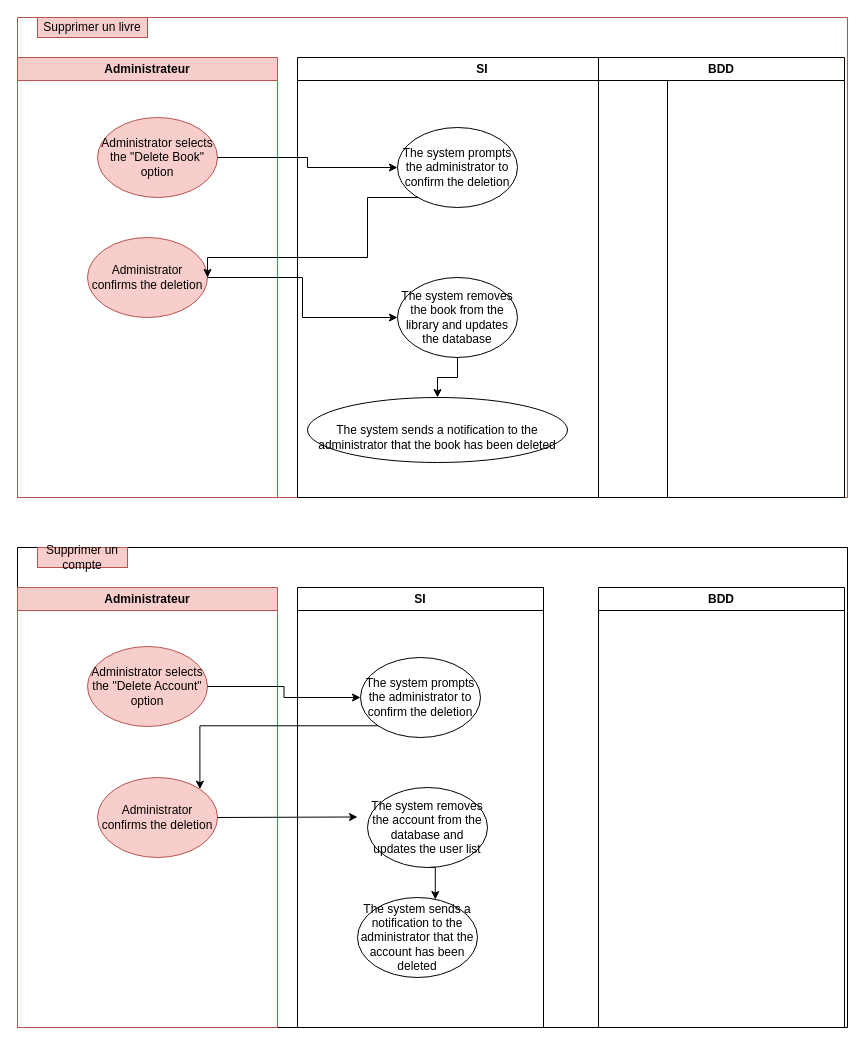
The draw.io diagram page "Diagramme_sequenceAdmin" (3 of 6) of DrawWeBook.drawio in caminomenorca/Projet-bibliotheque-poec, before the edit. Source tidied: cells renumbered, new cells numbered last; positions are measured from the earlier drawing's top-left corner, leaving out a move shared by most shapes. Both pictures are drawn from the tidied source at 100%, with x=0, y=0 at pixel (17, 17).
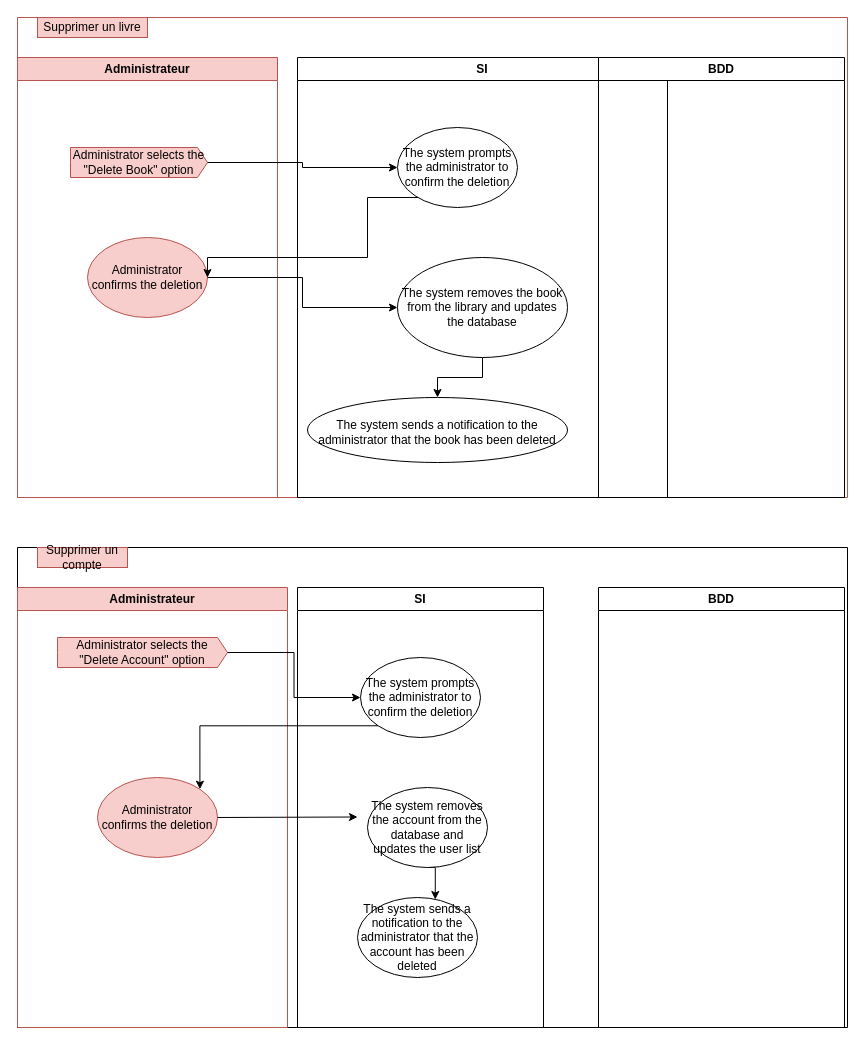
The same diagram, later.

The change refers to these unchanged cells:
```xml
<mxCell id="4" value="Administrateur" style="swimlane;whiteSpace=wrap;html=1;fillColor=#f8cecc;strokeColor=#b85450;" parent="2" vertex="1">
  <mxGeometry y="40" width="260" height="440" as="geometry" />
</mxCell>
<mxCell id="7" value="SI" style="swimlane;whiteSpace=wrap;html=1;" parent="2" vertex="1">
  <mxGeometry x="280" y="40" width="370" height="440" as="geometry" />
</mxCell>
<mxCell id="11" value="The system prompts the administrator to confirm the deletion" style="ellipse;whiteSpace=wrap;html=1;" parent="7" vertex="1">
  <mxGeometry x="100" y="70" width="120" height="80" as="geometry" />
</mxCell>
<mxCell id="22" value="The system prompts the administrator to confirm the deletion" style="ellipse;whiteSpace=wrap;html=1;" parent="21" vertex="1">
  <mxGeometry x="63" y="70" width="120" height="80" as="geometry" />
</mxCell>
```

The edit, as a diff of the source:
```diff
@@
-    <mxCell id="2" style="swimlane;startSize=0;fillColor=#f8cecc;strokeColor=#b85450;" parent="1" vertex="1">
+    <mxCell id="2" style="swimlane;startSize=0;fillColor=#f8cecc;strokeColor=#b85450;whiteSpace=wrap;html=1;" parent="1" vertex="1">
       <mxGeometry width="830" height="480" as="geometry" />
     </mxCell>
@@
+    <mxCell id="6" value="Administrator confirms the deletion" style="ellipse;whiteSpace=wrap;html=1;fillColor=#f8cecc;strokeColor=#b85450;" parent="4" vertex="1">
+      <mxGeometry x="70" y="180" width="120" height="80" as="geometry" />
+    </mxCell>
-    <mxCell id="5" value="Administrator selects the &quot;Delete Book&quot; option" style="ellipse;whiteSpace=wrap;html=1;fillColor=#f8cecc;strokeColor=#b85450;" parent="4" vertex="1">
-      <mxGeometry x="80" y="60" width="120" height="80" as="geometry" />
+    <mxCell id="5" value="Administrator selects the &quot;Delete Book&quot; option" style="html=1;shadow=0;dashed=0;align=center;verticalAlign=middle;shape=mxgraph.arrows2.arrow;dy=0;dx=10;notch=0;labelBackgroundColor=none;fontSize=12;whiteSpace=wrap;fillColor=#f8cecc;strokeColor=#b85450;" parent="4" vertex="1">
+      <mxGeometry x="53" y="90" width="137" height="30" as="geometry" />
     </mxCell>
-    <mxCell id="6" value="Administrator confirms the deletion" style="ellipse;whiteSpace=wrap;html=1;fillColor=#f8cecc;strokeColor=#b85450;" parent="4" vertex="1">
-      <mxGeometry x="70" y="180" width="120" height="80" as="geometry" />
-    </mxCell>
@@
-    <mxCell id="9" value="The system removes the book from the library and updates the database" style="ellipse;whiteSpace=wrap;html=1;" parent="7" vertex="1">
-      <mxGeometry x="100" y="220" width="120" height="80" as="geometry" />
+    <mxCell id="9" value="The system removes the book from the library and updates the database" style="ellipse;whiteSpace=wrap;html=1;align=center;verticalAlign=middle;" parent="7" vertex="1">
+      <mxGeometry x="100" y="200" width="170" height="100" as="geometry" />
     </mxCell>
-    <mxCell id="10" value="&lt;br style=&quot;border-color: var(--border-color); text-align: left;&quot;&gt;The system sends a notification to the administrator that the book has been deleted" style="ellipse;whiteSpace=wrap;html=1;" parent="7" vertex="1">
+    <mxCell id="10" value="&lt;br style=&quot;border-color: var(--border-color);&quot;&gt;The system sends a notification to the administrator that the book has been deleted" style="ellipse;whiteSpace=wrap;html=1;align=center;verticalAlign=top;" parent="7" vertex="1">
       <mxGeometry x="10" y="340" width="260" height="65" as="geometry" />
     </mxCell>
@@
-    <mxCell id="13" style="edgeStyle=orthogonalEdgeStyle;rounded=0;jettySize=auto;html=1;entryX=0;entryY=0.5;entryDx=0;entryDy=0;" parent="2" edge="1" source="5" target="11">
+    <mxCell id="13" style="edgeStyle=orthogonalEdgeStyle;rounded=0;jettySize=auto;html=1;entryX=0;entryY=0.5;entryDx=0;entryDy=0;exitX=1;exitY=0.5;exitDx=0;exitDy=0;exitPerimeter=0;" parent="2" edge="1" source="5" target="11">
       <mxGeometry relative="1" as="geometry" />
     </mxCell>
@@
-    <mxCell id="16" style="swimlane;startSize=0;" parent="1" vertex="1">
+    <mxCell id="16" style="swimlane;startSize=0;whiteSpace=wrap;html=1;" parent="1" vertex="1">
       <mxGeometry y="530" width="830" height="480" as="geometry" />
     </mxCell>
@@
     <mxCell id="18" value="Administrateur" style="swimlane;whiteSpace=wrap;html=1;fillColor=#f8cecc;strokeColor=#b85450;" parent="16" vertex="1">
-      <mxGeometry y="40" width="260" height="440" as="geometry" />
+      <mxGeometry y="40" width="270" height="440" as="geometry" />
     </mxCell>
+    <mxCell id="20" value="Administrator confirms the deletion" style="ellipse;whiteSpace=wrap;html=1;fillColor=#f8cecc;strokeColor=#b85450;" parent="18" vertex="1">
+      <mxGeometry x="80" y="190" width="120" height="80" as="geometry" />
+    </mxCell>
-    <mxCell id="19" value="Administrator selects the &quot;Delete Account&quot; option" style="ellipse;whiteSpace=wrap;html=1;fillColor=#f8cecc;strokeColor=#b85450;" parent="18" vertex="1">
-      <mxGeometry x="70" y="59" width="120" height="80" as="geometry" />
+    <mxCell id="19" value="Administrator selects the &quot;Delete Account&quot; option" style="html=1;shadow=0;dashed=0;align=center;verticalAlign=middle;shape=mxgraph.arrows2.arrow;dy=0;dx=10;notch=0;labelBackgroundColor=none;fontSize=12;fillColor=#f8cecc;strokeColor=#b85450;whiteSpace=wrap;" parent="18" vertex="1">
+      <mxGeometry x="40" y="50" width="170" height="30" as="geometry" />
     </mxCell>
-    <mxCell id="20" value="Administrator confirms the deletion" style="ellipse;whiteSpace=wrap;html=1;fillColor=#f8cecc;strokeColor=#b85450;" parent="18" vertex="1">
-      <mxGeometry x="80" y="190" width="120" height="80" as="geometry" />
-    </mxCell>
@@
-    <mxCell id="27" style="edgeStyle=orthogonalEdgeStyle;rounded=0;jettySize=auto;html=1;entryX=0;entryY=0.5;entryDx=0;entryDy=0;" parent="16" edge="1" source="19" target="22">
+    <mxCell id="27" style="edgeStyle=orthogonalEdgeStyle;rounded=0;jettySize=auto;html=1;entryX=0;entryY=0.5;entryDx=0;entryDy=0;exitX=1;exitY=0.5;exitDx=0;exitDy=0;exitPerimeter=0;" parent="16" edge="1" source="19" target="22">
       <mxGeometry relative="1" as="geometry" />
     </mxCell>
```
